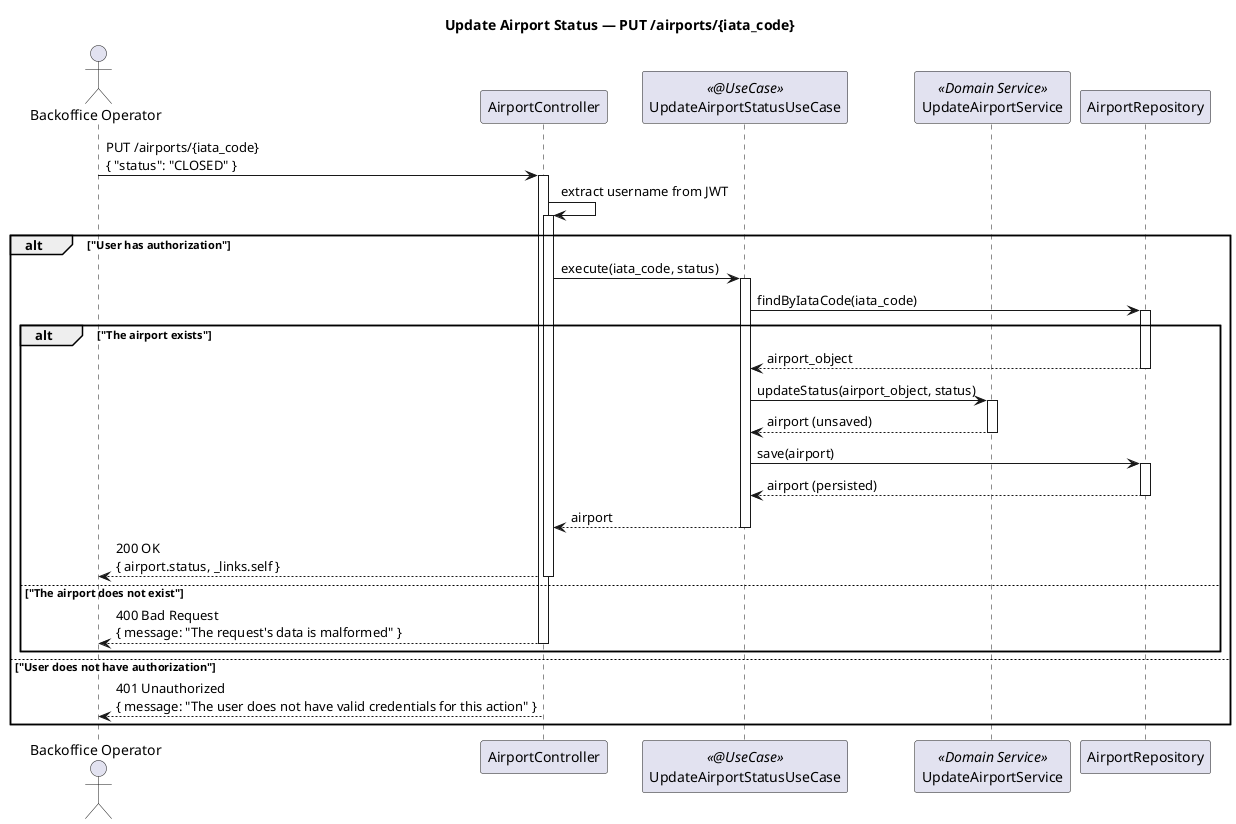
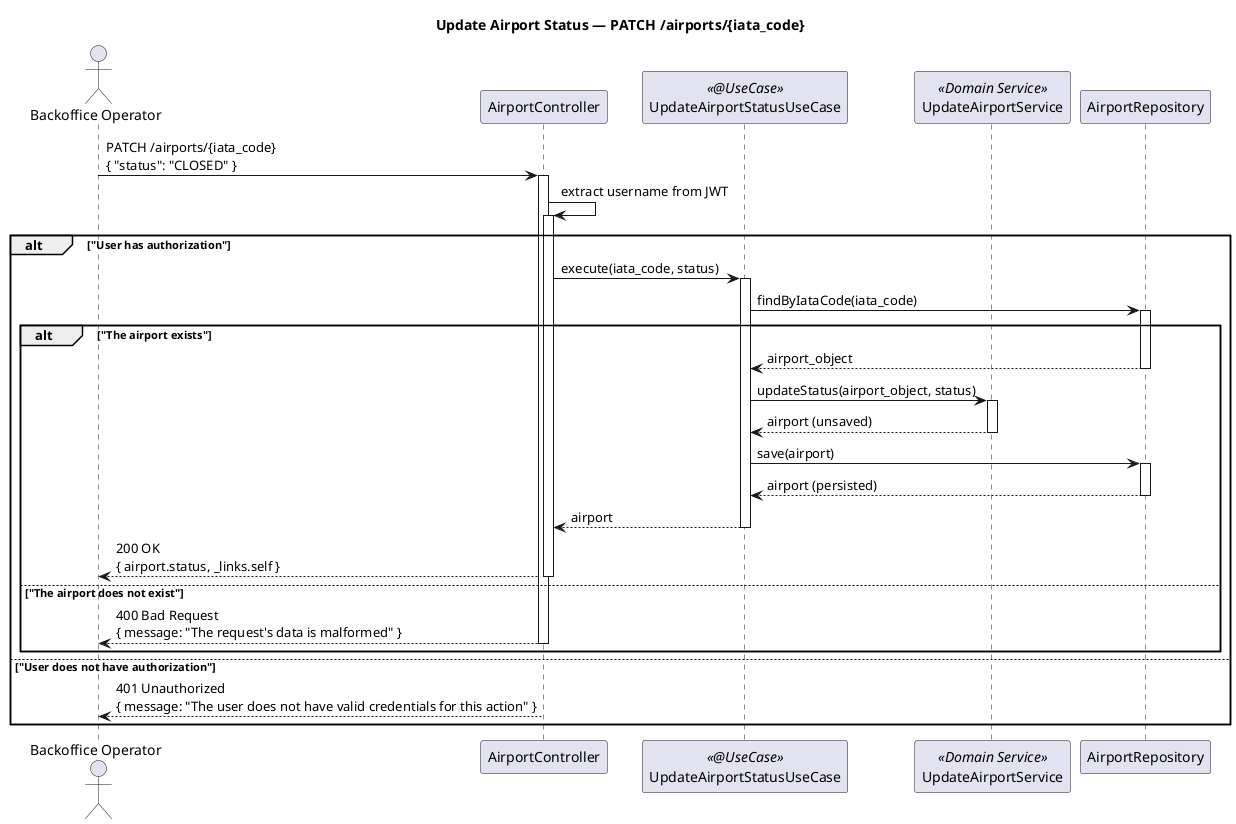
@startuml
- title Update Airport Status — PUT /airports/{iata_code}
+ title Update Airport Status — PATCH /airports/{iata_code}

autoactivate on

actor "Backoffice Operator" as BO
participant AirportController
participant UpdateAirportStatusUseCase <<@UseCase>>
participant UpdateAirportService <<Domain Service>>
participant AirportRepository

- BO -> AirportController : PUT /airports/{iata_code}\n{ "status": "CLOSED" }
+ BO -> AirportController : PATCH /airports/{iata_code}\n{ "status": "CLOSED" }

AirportController -> AirportController : extract username from JWT
alt "User has authorization"
    AirportController -> UpdateAirportStatusUseCase : execute(iata_code, status)
        UpdateAirportStatusUseCase -> AirportRepository : findByIataCode(iata_code)

        alt "The airport exists"
            AirportRepository --> UpdateAirportStatusUseCase : airport_object

            UpdateAirportStatusUseCase -> UpdateAirportService : updateStatus(airport_object, status)
            UpdateAirportService --> UpdateAirportStatusUseCase : airport (unsaved)

            UpdateAirportStatusUseCase -> AirportRepository : save(airport)
            AirportRepository --> UpdateAirportStatusUseCase : airport (persisted)

            UpdateAirportStatusUseCase --> AirportController : airport
            AirportController --> BO : 200 OK\n{ airport.status, _links.self }

        else "The airport does not exist"
            AirportController --> BO : 400 Bad Request\n{ message: "The request's data is malformed" }
        end

else "User does not have authorization"
    AirportController --> BO : 401 Unauthorized\n{ message: "The user does not have valid credentials for this action" }
end

@enduml